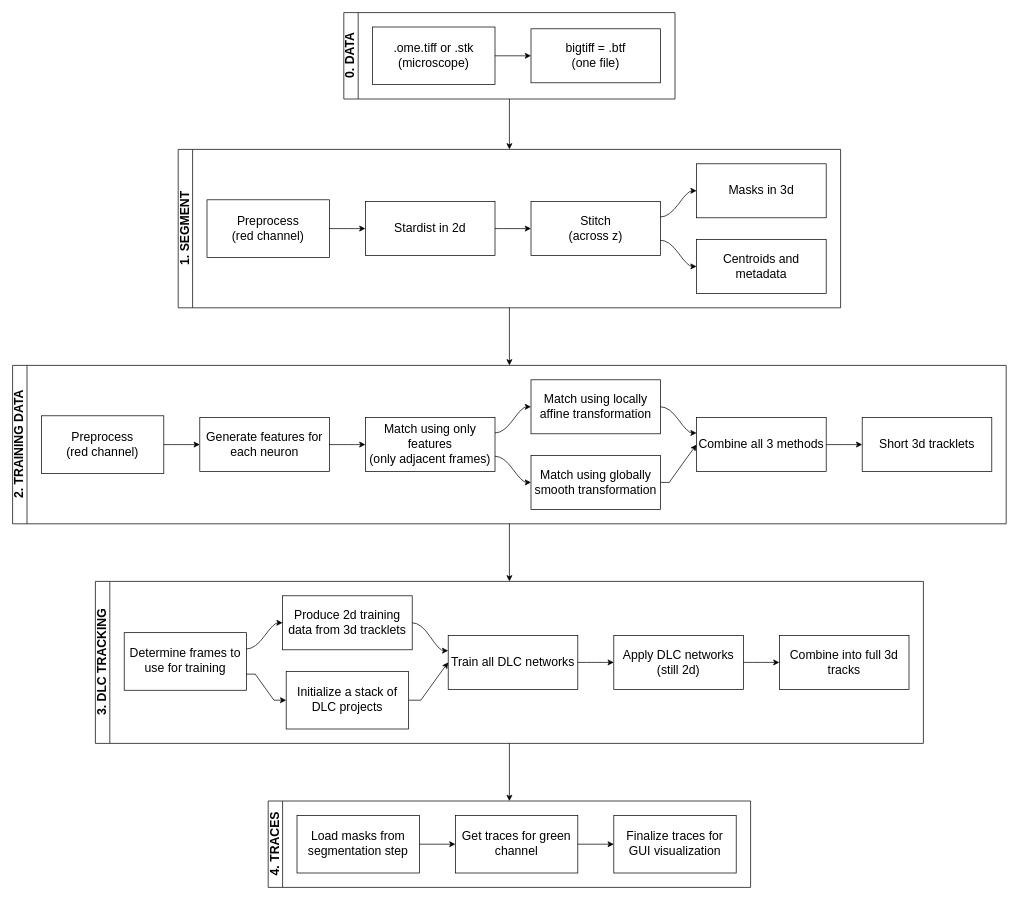
The draw.io diagram docs/full_project_workflow.drawio in ch9nuk9/wbfm, before the edit. Source tidied: cells renumbered, new cells numbered last; positions are measured from the earlier drawing's top-left corner, leaving out a move shared by most shapes. Both pictures are drawn from the tidied source at 72%, with x=0, y=0 at pixel (12, 12).
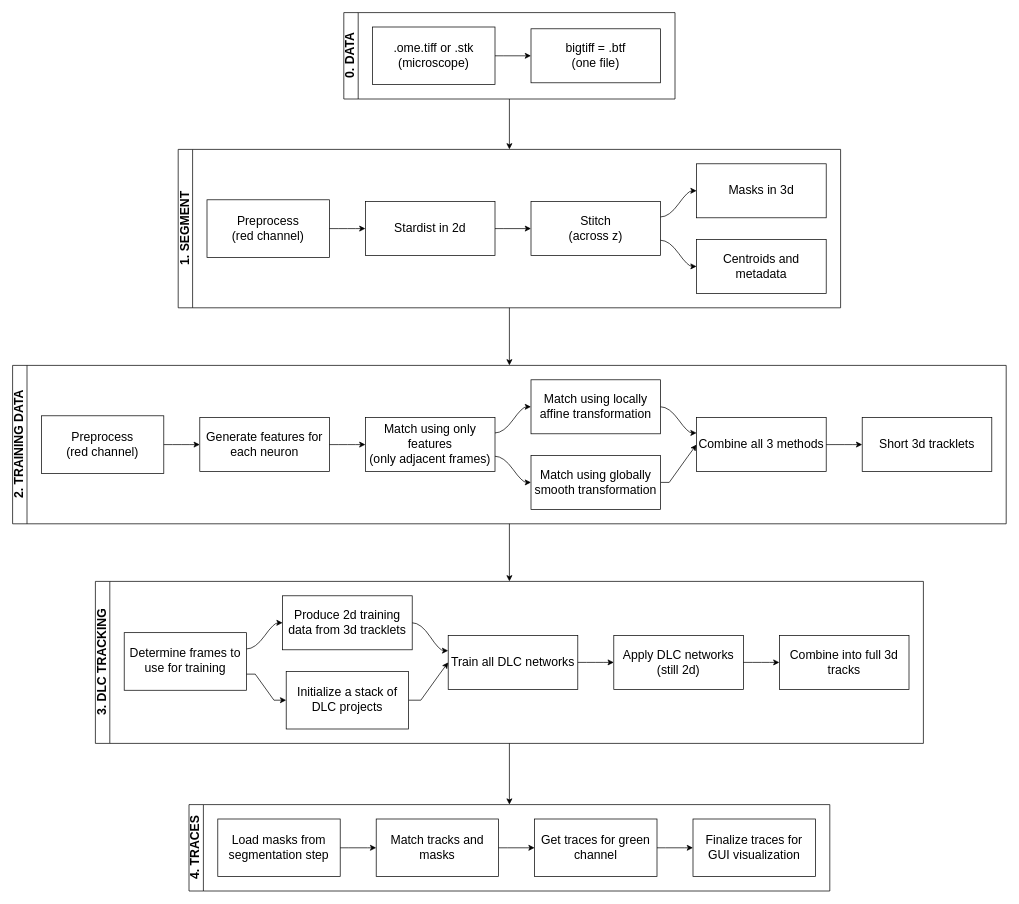
After the change.

What changed in the source:
```diff
@@
     <mxCell id="48" value="4. TRACES" style="swimlane;html=1;startSize=20;horizontal=0;flowOrientation=west;interRankCellSpacing=50;containerType=tree;fontSize=17;" parent="1" vertex="1">
-      <mxGeometry x="355" y="1095" width="670" height="120" as="geometry" />
+      <mxGeometry x="245" y="1100" width="890" height="120" as="geometry" />
     </mxCell>
@@
-    <mxCell id="51" value="Get traces for green channel" style="whiteSpace=wrap;html=1;fontSize=17;" parent="48" vertex="1">
+    <mxCell id="51" value="Match tracks and masks" style="whiteSpace=wrap;html=1;fontSize=17;" parent="48" vertex="1">
       <mxGeometry x="260" y="20" width="170" height="80" as="geometry" />
     </mxCell>
@@
-    <mxCell id="53" value="Finalize traces for GUI visualization" style="whiteSpace=wrap;html=1;fontSize=17;" parent="48" vertex="1">
+    <mxCell id="53" value="Get traces for green channel" style="whiteSpace=wrap;html=1;fontSize=17;" parent="48" vertex="1">
       <mxGeometry x="480" y="20" width="170" height="80" as="geometry" />
     </mxCell>
+    <mxCell id="54" style="edgeStyle=orthogonalEdgeStyle;rounded=0;jettySize=auto;html=1;noEdgeStyle=1;orthogonal=1;" parent="48" edge="1" source="53" target="55">
+      <mxGeometry relative="1" as="geometry">
+        <Array as="points">
+          <mxPoint x="662" y="60" />
+          <mxPoint x="688" y="60" />
+        </Array>
+      </mxGeometry>
+    </mxCell>
+    <mxCell id="55" value="Finalize traces for GUI visualization" style="whiteSpace=wrap;html=1;fontSize=17;" parent="48" vertex="1">
+      <mxGeometry x="700" y="20" width="170" height="80" as="geometry" />
+    </mxCell>
```
